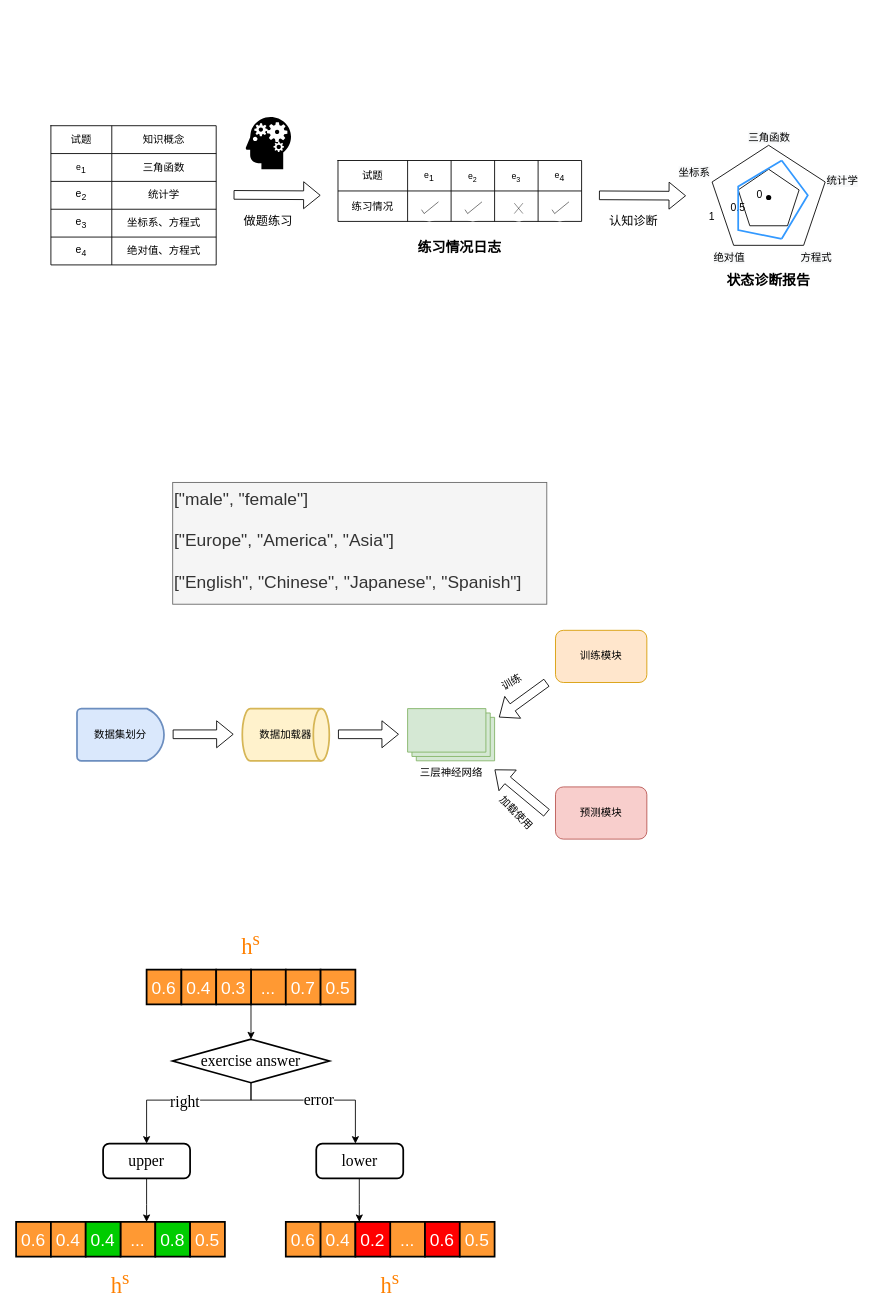
This is Untitled Diagram.drawio from 19170323/19170323.github.io, a draw.io file, before an edit. Source tidied: cells renumbered, new cells numbered last; positions are measured from the earlier drawing's top-left corner, leaving out a move shared by most shapes. Both pictures are drawn from the tidied source at 87%, with x=0, y=0 at pixel (16, 21).
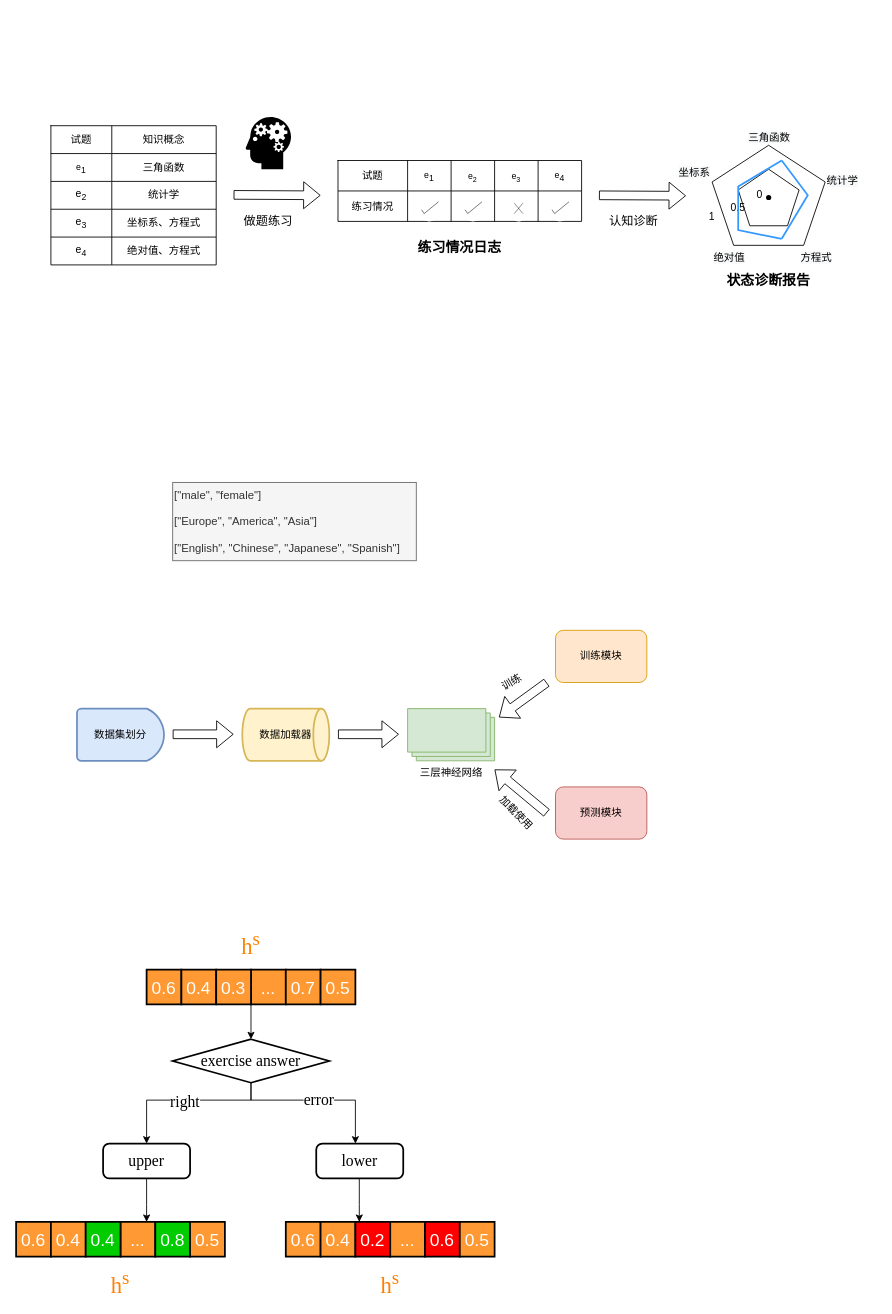
Above is the later version.

What changed in the source:
```diff
@@
-    <mxCell id="56" value="&lt;font style=&quot;font-size: 20px&quot;&gt;[&quot;male&quot;, &quot;female&quot;]&lt;br&gt;&lt;br&gt;[&quot;Europe&quot;, &quot;America&quot;, &quot;Asia&quot;]&lt;br&gt;&lt;br&gt;[&quot;English&quot;, &quot;Chinese&quot;, &quot;Japanese&quot;, &quot;Spanish&quot;]&lt;/font&gt;" style="text;whiteSpace=wrap;html=1;fillColor=#f5f5f5;strokeColor=#666666;fontColor=#333333;" parent="1" vertex="1">
-      <mxGeometry x="180" y="530" width="430" height="140" as="geometry" />
+    <mxCell id="56" value="&lt;font style=&quot;font-size: 13px&quot;&gt;[&quot;male&quot;, &quot;female&quot;]&lt;br&gt;&lt;br&gt;[&quot;Europe&quot;, &quot;America&quot;, &quot;Asia&quot;]&lt;br&gt;&lt;br&gt;[&quot;English&quot;, &quot;Chinese&quot;, &quot;Japanese&quot;, &quot;Spanish&quot;]&lt;/font&gt;" style="text;whiteSpace=wrap;html=1;fillColor=#f5f5f5;strokeColor=#666666;fontColor=#333333;" parent="1" vertex="1">
+      <mxGeometry x="180" y="530" width="280" height="90" as="geometry" />
     </mxCell>
```
